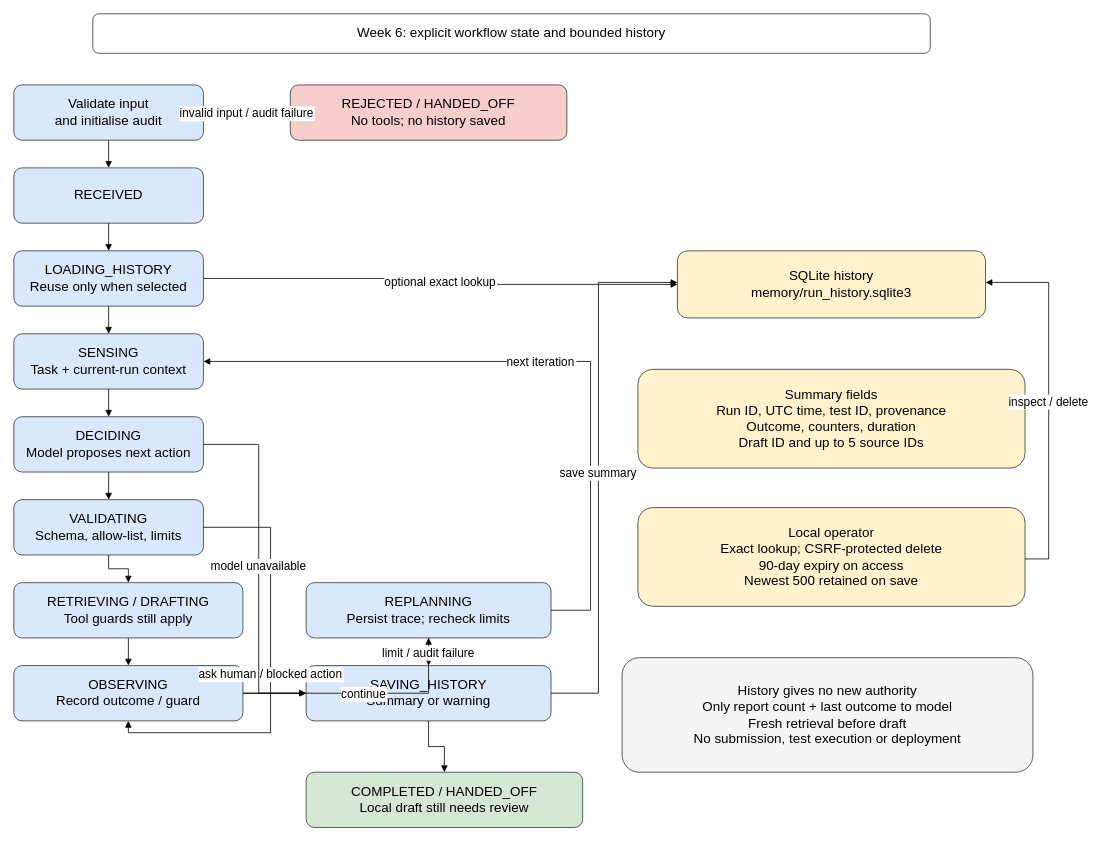
Above: docs/architecture/week6-state-model.drawio in ambroseonyanga/Software-engineering-QA-agent-GroupO (draw.io), before the change. Source tidied: cells renumbered, new cells numbered last; positions are measured from the earlier drawing's top-left corner, leaving out a move shared by most shapes. Both pictures are drawn from the tidied source at 79%, with x=0, y=0 at pixel (13, 13).
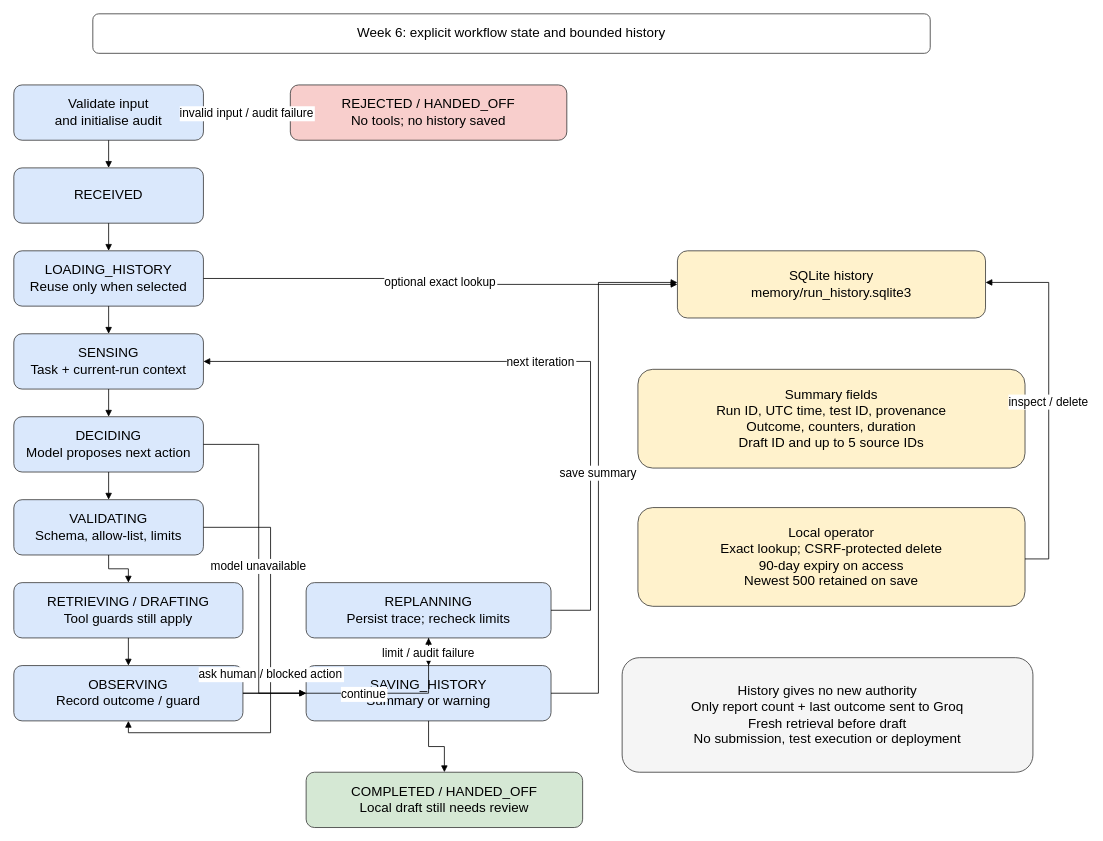
After the change.

The edit, as a diff of the source:
```diff
@@
-    <mxCell id="18" value="History gives no new authority&#10;Only report count + last outcome to model&#10;Fresh retrieval before draft&#10;No submission, test execution or deployment" style="rounded=1;whiteSpace=wrap;html=0;fillColor=#f5f5f5;strokeColor=#333333;fontSize=17;" parent="1" vertex="1">
+    <mxCell id="18" value="History gives no new authority&#10;Only report count + last outcome sent to Groq&#10;Fresh retrieval before draft&#10;No submission, test execution or deployment" style="rounded=1;whiteSpace=wrap;html=0;fillColor=#f5f5f5;strokeColor=#333333;fontSize=17;" parent="1" vertex="1">
       <mxGeometry x="770" y="815" width="520" height="145" as="geometry" />
     </mxCell>
```
